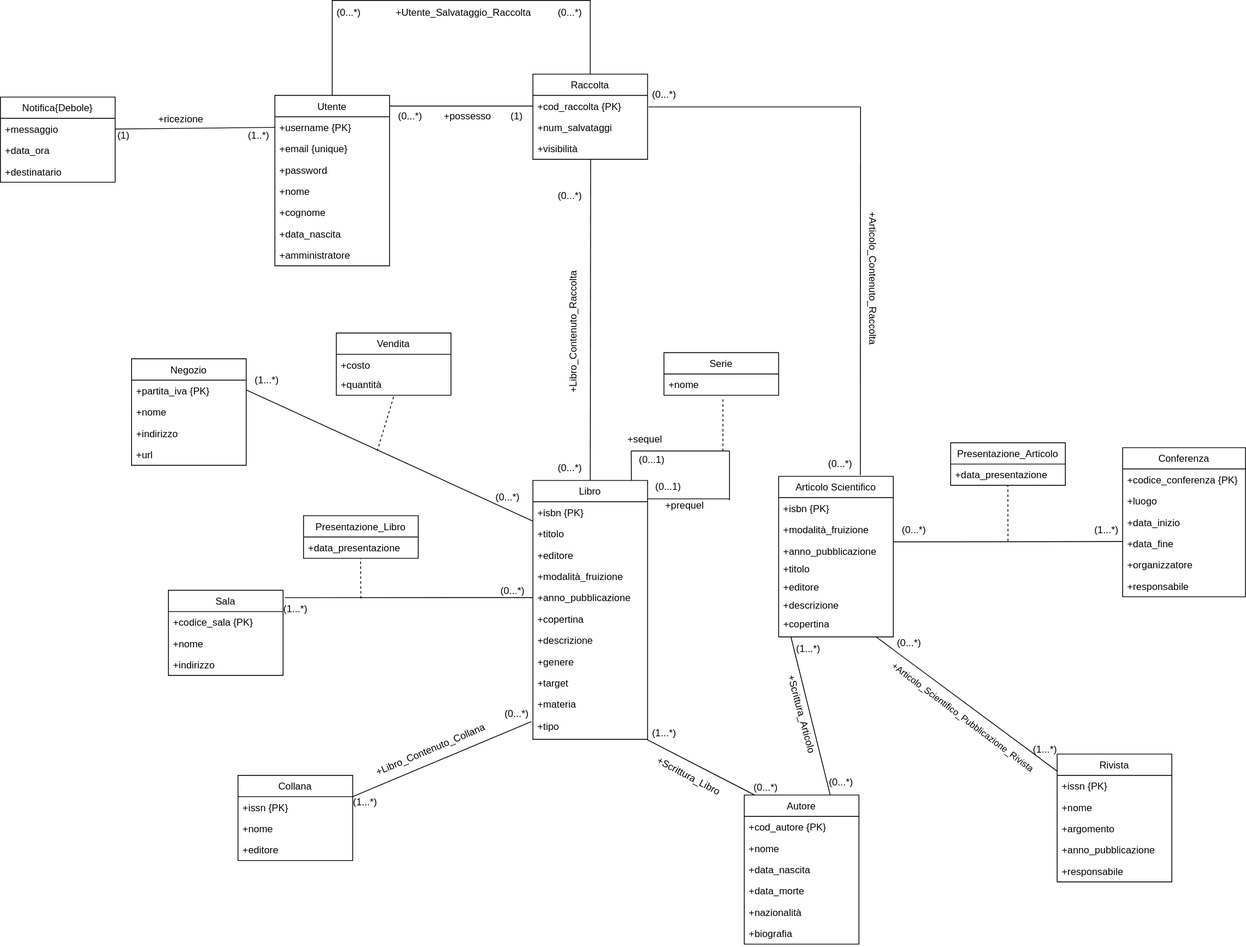
Before: progettazione_concettuale/Modello_Concettuale_Ristrutturato.drawio.svg, a diagram exported from draw.io (m3tt0/Progetto_OB_BASI). Source tidied: cells renumbered, new cells last; positions are measured from the earlier drawing's top-left corner, leaving out a move shared by most shapes.
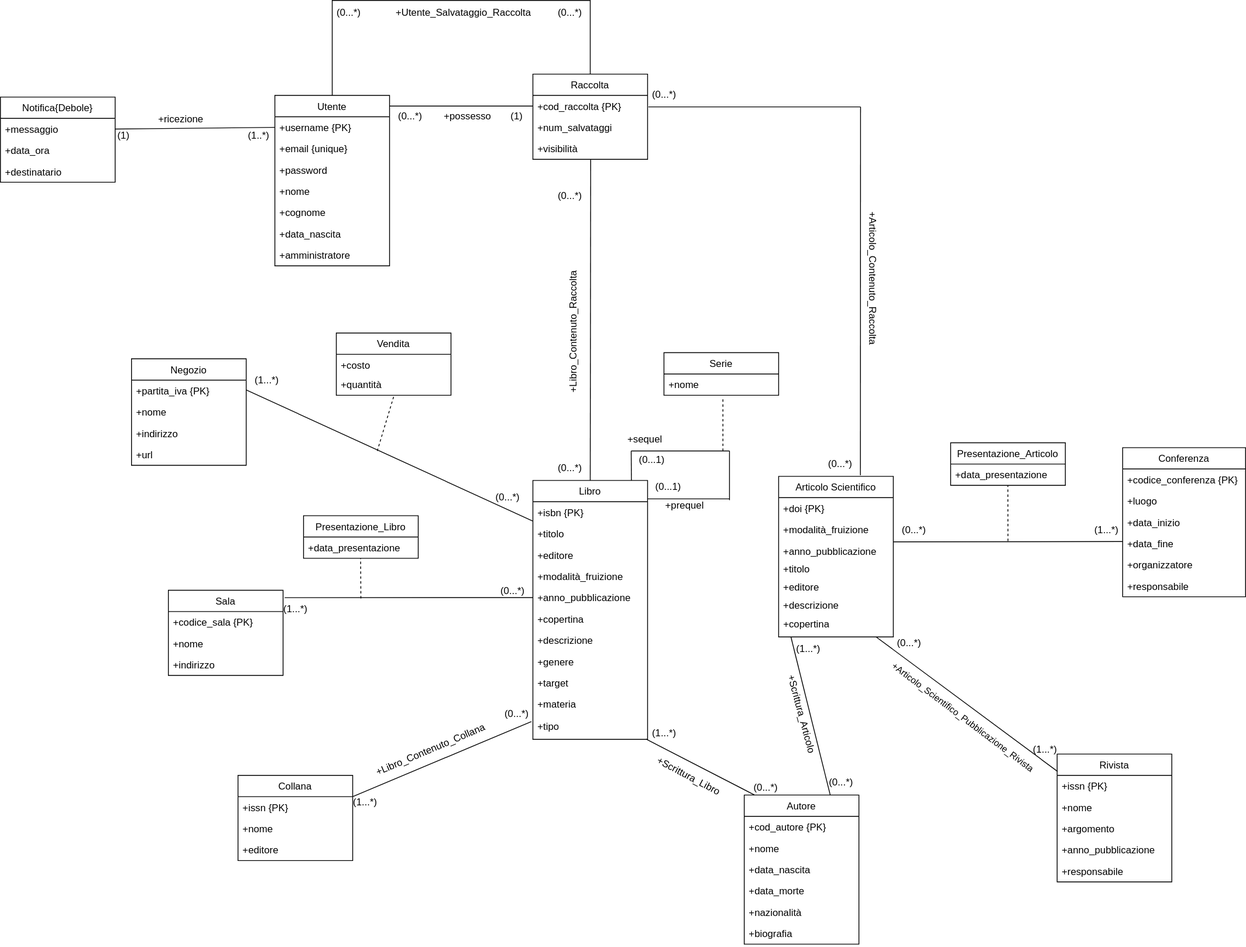
After the commit.

What changed in the source:
```diff
@@ -62,7 +62,7 @@
     <mxCell id="21" value="Articolo Scientifico" style="swimlane;fontStyle=0;horizontal=1;startSize=26;fillColor=none;" parent="1" vertex="1">
       <mxGeometry x="950" y="581" width="140" height="196" as="geometry" />
     </mxCell>
-    <mxCell id="22" value="+isbn {PK}" style="text;strokeColor=none;fillColor=none;align=left;verticalAlign=top;spacingLeft=4;spacingRight=4;overflow=hidden;fontStyle=0;" parent="21" vertex="1">
+    <mxCell id="22" value="+doi {PK}" style="text;strokeColor=none;fillColor=none;align=left;verticalAlign=top;spacingLeft=4;spacingRight=4;overflow=hidden;fontStyle=0;" parent="21" vertex="1">
       <mxGeometry y="26" width="140" height="26" as="geometry" />
     </mxCell>
     <mxCell id="23" value="+modalità_fruizione" style="text;strokeColor=none;fillColor=none;align=left;verticalAlign=top;spacingLeft=4;spacingRight=4;overflow=hidden;" parent="21" vertex="1">
```
